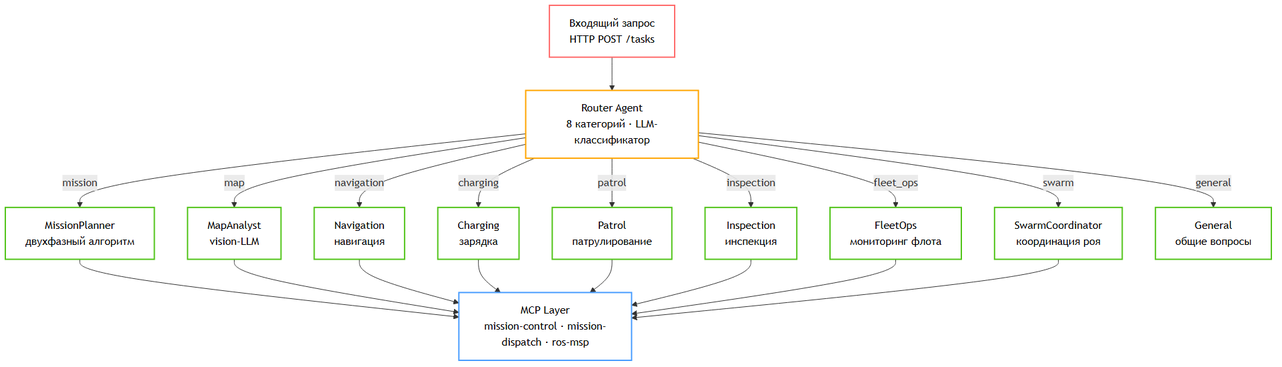
The Mermaid diagram img/fig_2_4_agents.png in deneal123/AgentsSwarm, before a commit. Its source is kept beside it as mmd/fig_2_4_agents.mmd. Source of this version:
```mermaid
graph TB
    Request["Входящий запрос\nHTTP POST /tasks"]
    Router["Router Agent\n8 категорий · LLM-классификатор"]

    MissionPlanner["MissionPlanner\nдвухфазный алгоритм"]
    MapAnalyst["MapAnalyst\nvision-LLM"]
    Navigation["Navigation\nнавигация"]
    Charging["Charging\nзарядка"]
    Patrol["Patrol\nпатрулирование"]
    Inspection["Inspection\nинспекция"]
    FleetOps["FleetOps\nмониторинг флота"]
    SwarmCoordinator["SwarmCoordinator\nкоординация роя"]
    General["General\nобщие вопросы"]

    MCPLayer["MCP Layer\nmission-control · mission-dispatch · ros-msp"]

    Request --> Router
    Router -->|"mission"| MissionPlanner
    Router -->|"map"| MapAnalyst
    Router -->|"navigation"| Navigation
    Router -->|"charging"| Charging
    Router -->|"patrol"| Patrol
    Router -->|"inspection"| Inspection
    Router -->|"fleet_ops"| FleetOps
    Router -->|"swarm"| SwarmCoordinator
    Router -->|"general"| General

    MissionPlanner & MapAnalyst & Navigation & Charging --> MCPLayer
    Patrol & Inspection & FleetOps & SwarmCoordinator --> MCPLayer

    style Request fill:none,stroke:#ff6b6b,stroke-width:2px,color:#000
    style Router fill:none,stroke:#ffa500,stroke-width:2px,color:#000
    style MissionPlanner fill:none,stroke:#52c41a,stroke-width:2px,color:#000
    style MapAnalyst fill:none,stroke:#52c41a,stroke-width:2px,color:#000
    style Navigation fill:none,stroke:#52c41a,stroke-width:2px,color:#000
    style Charging fill:none,stroke:#52c41a,stroke-width:2px,color:#000
    style Patrol fill:none,stroke:#52c41a,stroke-width:2px,color:#000
    style Inspection fill:none,stroke:#52c41a,stroke-width:2px,color:#000
    style FleetOps fill:none,stroke:#52c41a,stroke-width:2px,color:#000
    style SwarmCoordinator fill:none,stroke:#52c41a,stroke-width:2px,color:#000
    style General fill:none,stroke:#52c41a,stroke-width:2px,color:#000
    style MCPLayer fill:none,stroke:#4a9eff,stroke-width:2px,color:#000
```
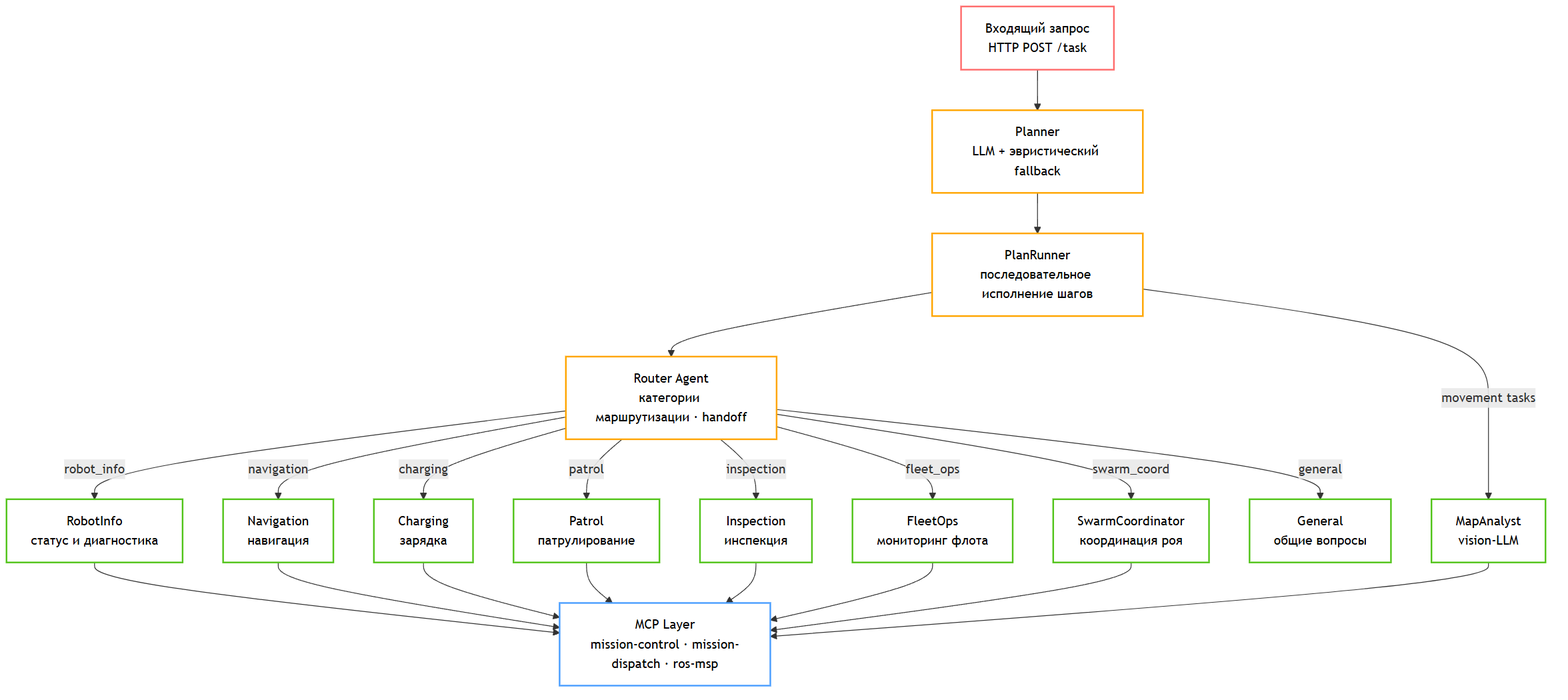
Later version of the same file.

Diff of the diagram source:
```diff
@@ -1,8 +1,10 @@
 graph TB
-    Request["Входящий запрос\nHTTP POST /tasks"]
-    Router["Router Agent\n8 категорий · LLM-классификатор"]
+    Request["Входящий запрос\nHTTP POST /task"]
+    Planner["Planner\nLLM + эвристический fallback"]
+    Runner["PlanRunner\nпоследовательное исполнение шагов"]
+    Router["Router Agent\nкатегории маршрутизации · handoff"]
 
-    MissionPlanner["MissionPlanner\nдвухфазный алгоритм"]
+    RobotInfo["RobotInfo\nстатус и диагностика"]
     MapAnalyst["MapAnalyst\nvision-LLM"]
     Navigation["Navigation\nнавигация"]
     Charging["Charging\nзарядка"]
@@ -14,23 +16,27 @@
 
     MCPLayer["MCP Layer\nmission-control · mission-dispatch · ros-msp"]
 
-    Request --> Router
-    Router -->|"mission"| MissionPlanner
-    Router -->|"map"| MapAnalyst
+    Request --> Planner
+    Planner --> Runner
+    Runner --> Router
+    Runner -->|"movement tasks"| MapAnalyst
+    Router -->|"robot_info"| RobotInfo
     Router -->|"navigation"| Navigation
     Router -->|"charging"| Charging
     Router -->|"patrol"| Patrol
     Router -->|"inspection"| Inspection
     Router -->|"fleet_ops"| FleetOps
-    Router -->|"swarm"| SwarmCoordinator
+    Router -->|"swarm_coord"| SwarmCoordinator
     Router -->|"general"| General
 
-    MissionPlanner & MapAnalyst & Navigation & Charging --> MCPLayer
+    RobotInfo & MapAnalyst & Navigation & Charging --> MCPLayer
     Patrol & Inspection & FleetOps & SwarmCoordinator --> MCPLayer
 
     style Request fill:none,stroke:#ff6b6b,stroke-width:2px,color:#000
+    style Planner fill:none,stroke:#ffa500,stroke-width:2px,color:#000
+    style Runner fill:none,stroke:#ffa500,stroke-width:2px,color:#000
     style Router fill:none,stroke:#ffa500,stroke-width:2px,color:#000
-    style MissionPlanner fill:none,stroke:#52c41a,stroke-width:2px,color:#000
+    style RobotInfo fill:none,stroke:#52c41a,stroke-width:2px,color:#000
     style MapAnalyst fill:none,stroke:#52c41a,stroke-width:2px,color:#000
     style Navigation fill:none,stroke:#52c41a,stroke-width:2px,color:#000
     style Charging fill:none,stroke:#52c41a,stroke-width:2px,color:#000
```
